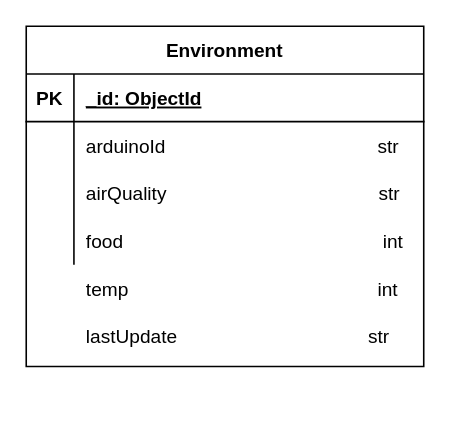
FarmENV/ER-Diagrams keeps this draw.io diagram as ER-IoT-Diagram.drawio. Above is the earlier version. Source tidied: cells renumbered, new cells numbered last; positions are measured from the earlier drawing's top-left corner, leaving out a move shared by most shapes. Both pictures are drawn from the tidied source at 159%, with x=0, y=0 at pixel (25, 25).
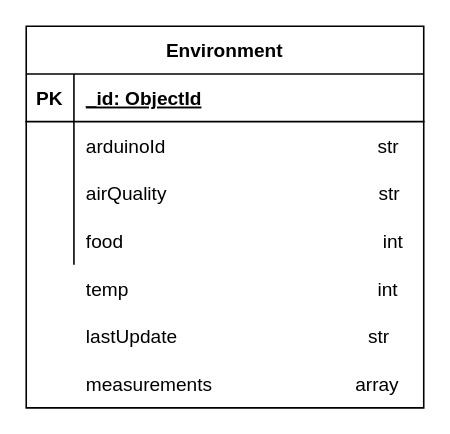
Above is the later version.

Commit message:
measurements array added

Diff of the diagram source:
```diff
@@
 <mxGraphModel>
   <root>
     <mxCell id="0" />
     <mxCell id="1" parent="0" />
     <mxCell id="2" value="Environment" style="shape=table;startSize=30;childLayout=tableLayout;rowLines=0;fontStyle=1;align=center;" parent="1" vertex="1">
-      <mxGeometry width="250" height="214" as="geometry" />
+      <mxGeometry width="250" height="240" as="geometry" />
     </mxCell>
     <mxCell id="3" style="shape=partialRectangle;fillColor=none;top=0;left=0;right=0;bottom=1;" parent="2" vertex="1">
       <mxGeometry y="30" width="250" height="30" as="geometry" />
     </mxCell>
     <mxCell id="4" value="PK" style="shape=partialRectangle;overflow=hidden;fillColor=none;top=0;left=0;bottom=0;right=0;fontStyle=1;" parent="3" vertex="1">
       <mxGeometry width="30" height="30" as="geometry" />
     </mxCell>
     <mxCell id="5" value="_id: ObjectId" style="shape=partialRectangle;overflow=hidden;fillColor=none;top=0;left=0;bottom=0;right=0;align=left;spacingLeft=6;fontStyle=5;" parent="3" vertex="1">
       <mxGeometry x="30" width="220" height="30" as="geometry" />
     </mxCell>
     <mxCell id="6" style="shape=partialRectangle;fillColor=none;top=0;left=0;right=0;bottom=0;" parent="2" vertex="1">
       <mxGeometry y="60" width="250" height="30" as="geometry" />
     </mxCell>
     <mxCell id="7" style="shape=partialRectangle;overflow=hidden;fillColor=none;top=0;left=0;bottom=0;right=0;" parent="6" vertex="1">
       <mxGeometry width="30" height="30" as="geometry" />
     </mxCell>
     <mxCell id="8" value="arduinoId                                        str" style="shape=partialRectangle;overflow=hidden;fillColor=none;top=0;left=0;bottom=0;right=0;align=left;spacingLeft=6;" parent="6" vertex="1">
       <mxGeometry x="30" width="220" height="30" as="geometry" />
     </mxCell>
     <mxCell id="9" style="shape=partialRectangle;fillColor=none;top=0;left=0;right=0;bottom=0;" parent="2" vertex="1">
       <mxGeometry y="90" width="250" height="30" as="geometry" />
     </mxCell>
     <mxCell id="10" style="shape=partialRectangle;overflow=hidden;fillColor=none;top=0;left=0;bottom=0;right=0;" parent="9" vertex="1">
       <mxGeometry width="30" height="30" as="geometry" />
     </mxCell>
     <mxCell id="11" value="airQuality                                        str" style="shape=partialRectangle;overflow=hidden;fillColor=none;top=0;left=0;bottom=0;right=0;align=left;spacingLeft=6;" parent="9" vertex="1">
       <mxGeometry x="30" width="220" height="30" as="geometry" />
     </mxCell>
     <mxCell id="12" style="shape=partialRectangle;fillColor=none;top=0;left=0;bottom=0;right=0;" parent="2" vertex="1">
       <mxGeometry y="120" width="250" height="30" as="geometry" />
     </mxCell>
     <mxCell id="13" style="shape=partialRectangle;fillColor=none;top=0;left=0;bottom=0;right=0;overflow=hidden;" parent="12" vertex="1">
       <mxGeometry width="30" height="30" as="geometry" />
     </mxCell>
     <mxCell id="14" value="food                                                 int" style="shape=partialRectangle;fillColor=none;top=0;left=0;bottom=0;right=0;align=left;spacingLeft=6;overflow=hidden;" parent="12" vertex="1">
       <mxGeometry x="30" width="220" height="30" as="geometry" />
     </mxCell>
     <mxCell id="15" value="temp                                               int" style="shape=partialRectangle;fillColor=none;top=0;left=0;bottom=0;right=0;align=left;spacingLeft=6;overflow=hidden;" parent="1" vertex="1">
       <mxGeometry x="30" y="150" width="220" height="30" as="geometry" />
     </mxCell>
     <mxCell id="16" value="lastUpdate                                    str" style="shape=partialRectangle;fillColor=none;top=0;left=0;bottom=0;right=0;align=left;spacingLeft=6;overflow=hidden;" parent="1" vertex="1">
       <mxGeometry x="30" y="180" width="220" height="30" as="geometry" />
     </mxCell>
+    <mxCell id="17" value="measurements                           array" style="shape=partialRectangle;fillColor=none;top=0;left=0;bottom=0;right=0;align=left;spacingLeft=6;overflow=hidden;" parent="1" vertex="1">
+      <mxGeometry x="30" y="210" width="220" height="30" as="geometry" />
+    </mxCell>
   </root>
 </mxGraphModel>
```
